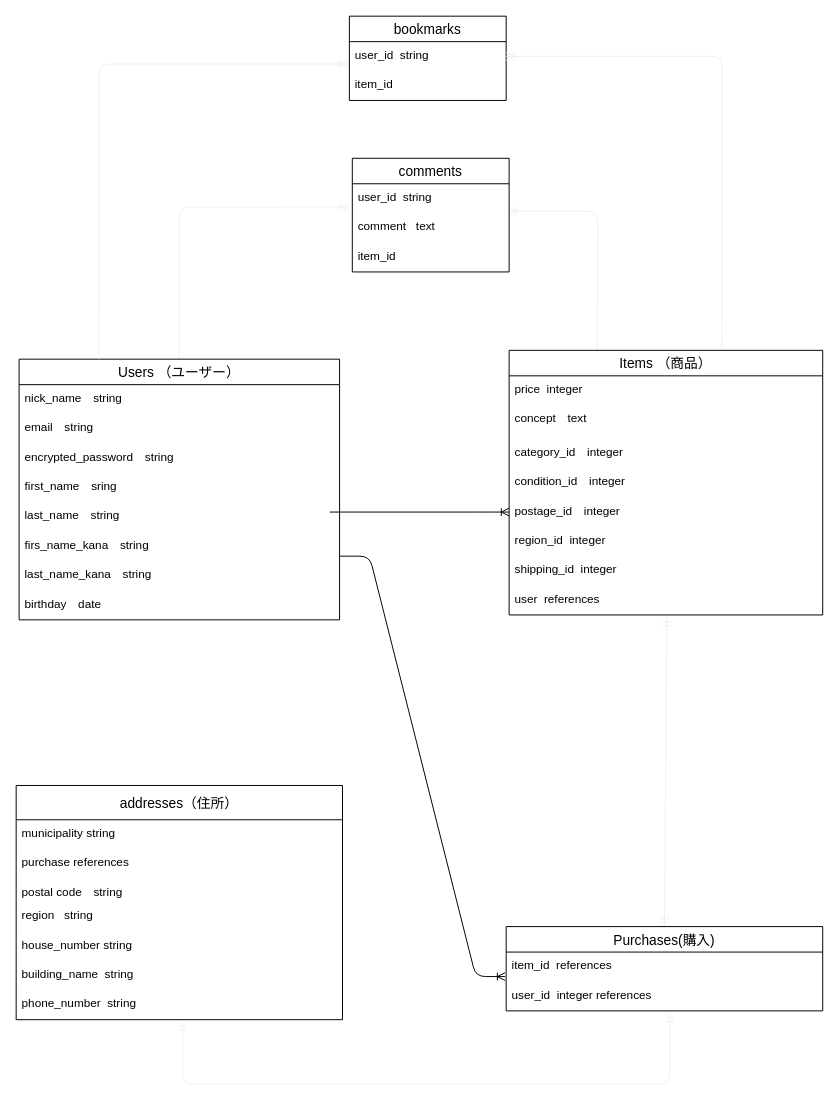
This is furima.dio from uuutako/furima--31745-, a draw.io file, before an edit. Source tidied: cells renumbered, new cells numbered last; positions are measured from the earlier drawing's top-left corner, leaving out a move shared by most shapes. Both pictures are drawn from the tidied source at 98%, with x=0, y=0 at pixel (16, 16).
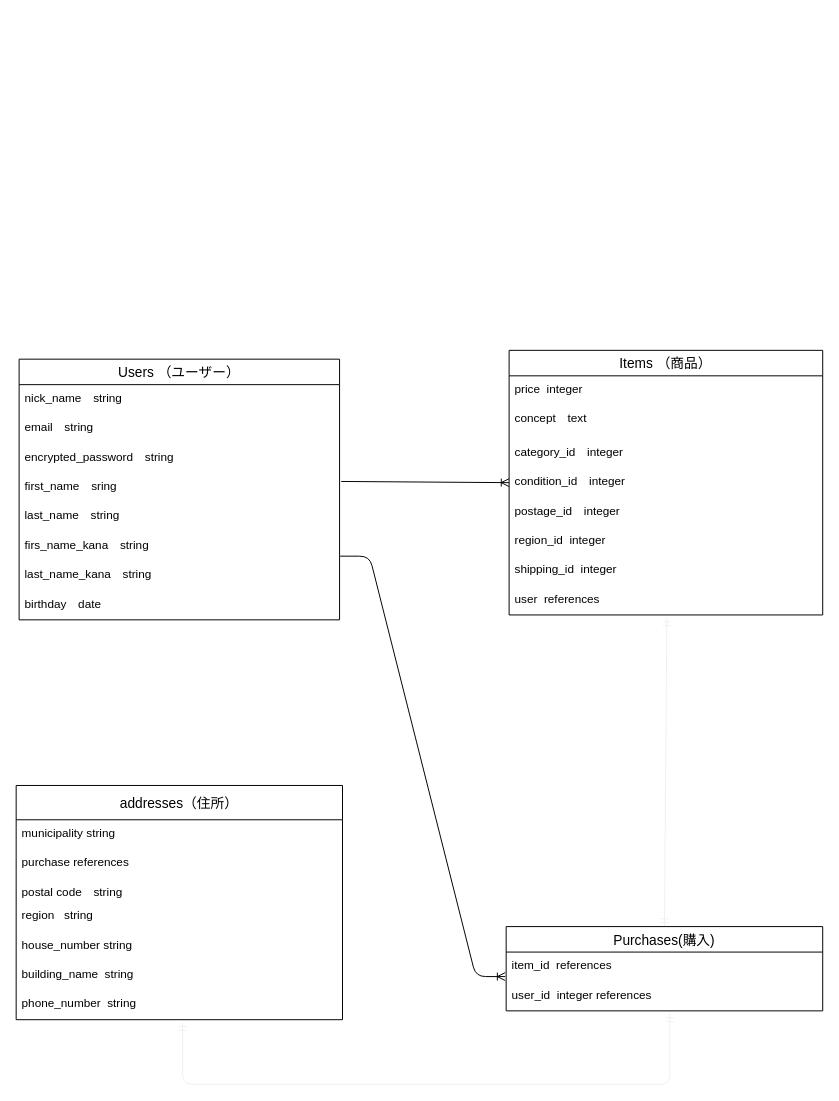
The same diagram, later.

The change refers to these unchanged cells:
```xml
<mxCell id="7" value="Users （ユーザー）" style="swimlane;fontStyle=0;horizontal=1;startSize=26;align=center;fontSize=14;" parent="1" vertex="1">
  <mxGeometry x="3" y="350" width="327" height="266" as="geometry" />
</mxCell>
<mxCell id="11" value="first_name　sring" style="text;strokeColor=none;fillColor=none;spacingLeft=4;spacingRight=4;overflow=hidden;points=[[0,0.5],[1,0.5]];portConstraint=eastwest;fontSize=12;" parent="7" vertex="1">
  <mxGeometry y="116" width="327" height="30" as="geometry" />
</mxCell>
<mxCell id="20" value="condition_id　integer" style="text;strokeColor=none;fillColor=none;spacingLeft=4;spacingRight=4;overflow=hidden;points=[[0,0.5],[1,0.5]];portConstraint=eastwest;fontSize=12;" parent="16" vertex="1">
  <mxGeometry y="120" width="320" height="30" as="geometry" />
</mxCell>
<mxCell id="21" value="postage_id　integer" style="text;strokeColor=none;fillColor=none;spacingLeft=4;spacingRight=4;overflow=hidden;points=[[0,0.5],[1,0.5]];portConstraint=eastwest;fontSize=12;" parent="16" vertex="1">
  <mxGeometry y="150" width="320" height="30" as="geometry" />
</mxCell>
```

Diff of the diagram source:
```diff
@@
-    <mxCell id="2" style="edgeStyle=entityRelationEdgeStyle;fontSize=12;html=1;endArrow=ERoneToMany;entryX=0;entryY=0.5;entryDx=0;entryDy=0;" parent="1" edge="1" target="21">
-      <mxGeometry relative="1" as="geometry">
-        <mxPoint x="320" y="506" as="sourcePoint" />
-      </mxGeometry>
+    <mxCell id="2" style="fontSize=12;html=1;endArrow=ERoneToMany;entryX=0;entryY=0.5;entryDx=0;entryDy=0;exitX=1.005;exitY=0.293;exitDx=0;exitDy=0;exitPerimeter=0;" parent="1" edge="1" source="11" target="20">
+      <mxGeometry relative="1" as="geometry" />
     </mxCell>
-    <mxCell id="3" style="fontSize=12;html=1;endArrow=ERoneToMany;strokeColor=#f0f0f0;entryX=-0.027;entryY=0.792;entryDx=0;entryDy=0;entryPerimeter=0;edgeStyle=orthogonalEdgeStyle;" parent="1" edge="1" source="7" target="26">
-      <mxGeometry relative="1" as="geometry" />
-    </mxCell>
@@
-    <mxCell id="5" style="fontSize=12;html=1;endArrow=ERoneToMany;strokeColor=#f0f0f0;entryX=0.999;entryY=0.935;entryDx=0;entryDy=0;edgeStyle=orthogonalEdgeStyle;entryPerimeter=0;" parent="1" edge="1" target="26">
-      <mxGeometry relative="1" as="geometry">
-        <mxPoint x="593" y="340" as="sourcePoint" />
-      </mxGeometry>
-    </mxCell>
@@
-    <mxCell id="25" value="comments" style="swimlane;fontStyle=0;horizontal=1;startSize=26;align=center;fontSize=14;" parent="1" vertex="1">
-      <mxGeometry x="343" y="145" width="160" height="116" as="geometry" />
-    </mxCell>
-    <mxCell id="26" value="user_id  string" style="text;strokeColor=none;fillColor=none;spacingLeft=4;spacingRight=4;overflow=hidden;points=[[0,0.5],[1,0.5]];portConstraint=eastwest;fontSize=12;" parent="25" vertex="1">
-      <mxGeometry y="26" width="160" height="30" as="geometry" />
-    </mxCell>
-    <mxCell id="27" value="comment   text" style="text;strokeColor=none;fillColor=none;spacingLeft=4;spacingRight=4;overflow=hidden;fontSize=12;" parent="25" vertex="1">
-      <mxGeometry y="56" width="160" height="30" as="geometry" />
-    </mxCell>
-    <mxCell id="28" value="item_id" style="text;strokeColor=none;fillColor=none;spacingLeft=4;spacingRight=4;overflow=hidden;fontSize=12;" parent="25" vertex="1">
-      <mxGeometry y="86" width="160" height="30" as="geometry" />
-    </mxCell>
-    <mxCell id="29" value="bookmarks" style="swimlane;fontStyle=0;horizontal=1;startSize=26;align=center;fontSize=14;" parent="1" vertex="1">
-      <mxGeometry x="340" width="160" height="86" as="geometry" />
-    </mxCell>
-    <mxCell id="30" value="user_id  string" style="text;strokeColor=none;fillColor=none;spacingLeft=4;spacingRight=4;overflow=hidden;points=[[0,0.5],[1,0.5]];portConstraint=eastwest;fontSize=12;" parent="29" vertex="1">
-      <mxGeometry y="26" width="160" height="30" as="geometry" />
-    </mxCell>
-    <mxCell id="31" value="item_id" style="text;strokeColor=none;fillColor=none;spacingLeft=4;spacingRight=4;overflow=hidden;fontSize=12;" parent="29" vertex="1">
-      <mxGeometry y="56" width="160" height="30" as="geometry" />
-    </mxCell>
@@
-    <mxCell id="44" style="fontSize=12;html=1;endArrow=ERoneToMany;strokeColor=#f0f0f0;entryX=-0.012;entryY=0.76;entryDx=0;entryDy=0;entryPerimeter=0;exitX=0.25;exitY=0;exitDx=0;exitDy=0;edgeStyle=orthogonalEdgeStyle;" parent="1" edge="1" source="7" target="30">
-      <mxGeometry relative="1" as="geometry" />
-    </mxCell>
-    <mxCell id="45" style="fontSize=12;html=1;endArrow=ERoneToMany;strokeColor=#f0f0f0;entryX=1;entryY=0.5;entryDx=0;entryDy=0;edgeStyle=orthogonalEdgeStyle;" parent="1" edge="1" target="30">
-      <mxGeometry relative="1" as="geometry">
-        <mxPoint x="720" y="340" as="sourcePoint" />
-      </mxGeometry>
-    </mxCell>
```
